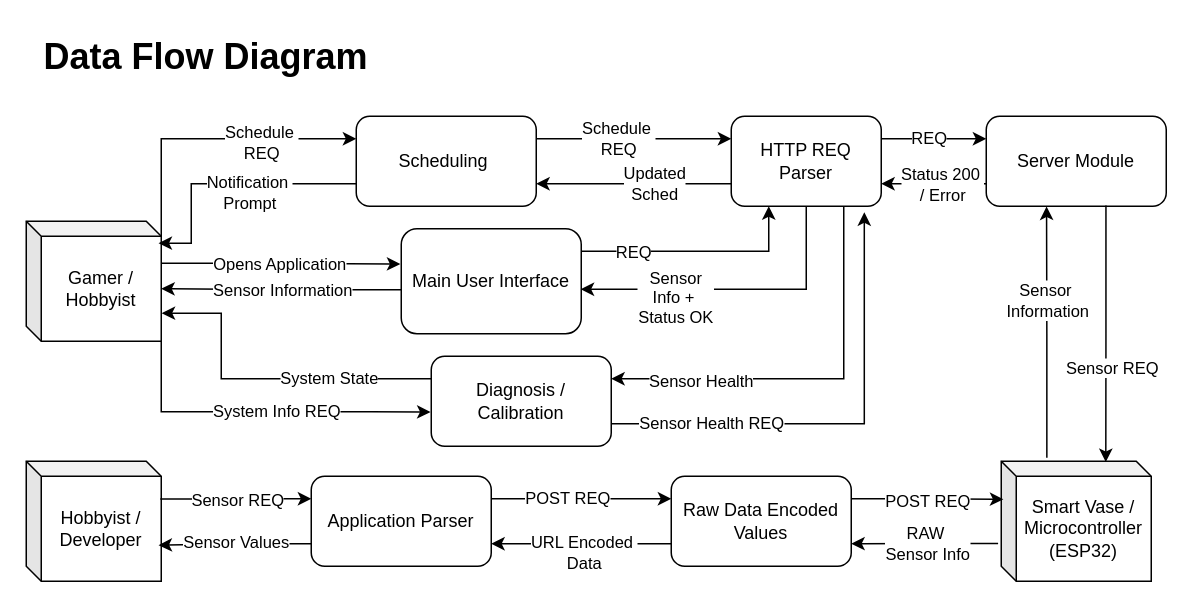
Earlier version of the draw.io diagram DFD (Latest).drawio (DhominickJ/aquaterra). Source tidied: cells renumbered, new cells numbered last; positions are measured from the earlier drawing's top-left corner, leaving out a move shared by most shapes. Both pictures are drawn from the tidied source at 150%, with x=0, y=0 at pixel (26, 26).
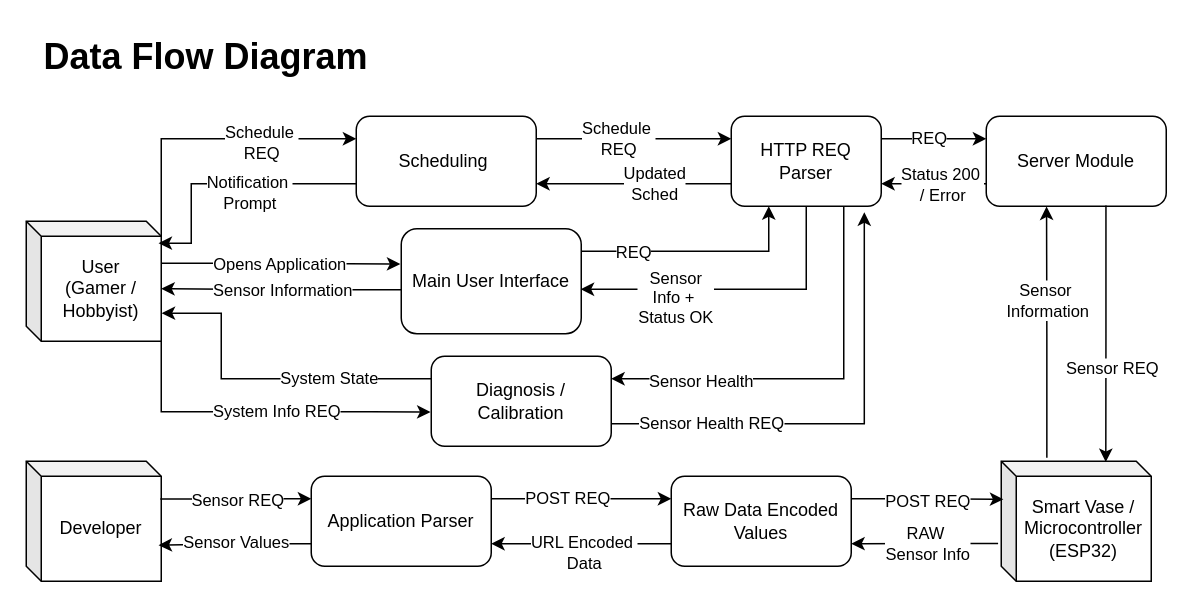
After the change.

Change to the diagram source:
```diff
@@
-    <mxCell id="8" value="Hobbyist / Developer" style="shape=cube;whiteSpace=wrap;html=1;boundedLbl=1;backgroundOutline=1;darkOpacity=0.05;darkOpacity2=0.1;size=10;" parent="1" vertex="1">
+    <mxCell id="8" value="Developer" style="shape=cube;whiteSpace=wrap;html=1;boundedLbl=1;backgroundOutline=1;darkOpacity=0.05;darkOpacity2=0.1;size=10;" parent="1" vertex="1">
       <mxGeometry y="290" width="90" height="80" as="geometry" />
     </mxCell>
@@
-    <mxCell id="29" value="Gamer /&lt;br&gt;Hobbyist" style="shape=cube;whiteSpace=wrap;html=1;boundedLbl=1;backgroundOutline=1;darkOpacity=0.05;darkOpacity2=0.1;size=10;fillColor=#FFFFFF;" parent="1" vertex="1">
+    <mxCell id="29" value="User&lt;div&gt;(Gamer /&lt;br&gt;Hobbyist)&lt;/div&gt;" style="shape=cube;whiteSpace=wrap;html=1;boundedLbl=1;backgroundOutline=1;darkOpacity=0.05;darkOpacity2=0.1;size=10;fillColor=#FFFFFF;" parent="1" vertex="1">
       <mxGeometry y="130" width="90" height="80" as="geometry" />
     </mxCell>
```
